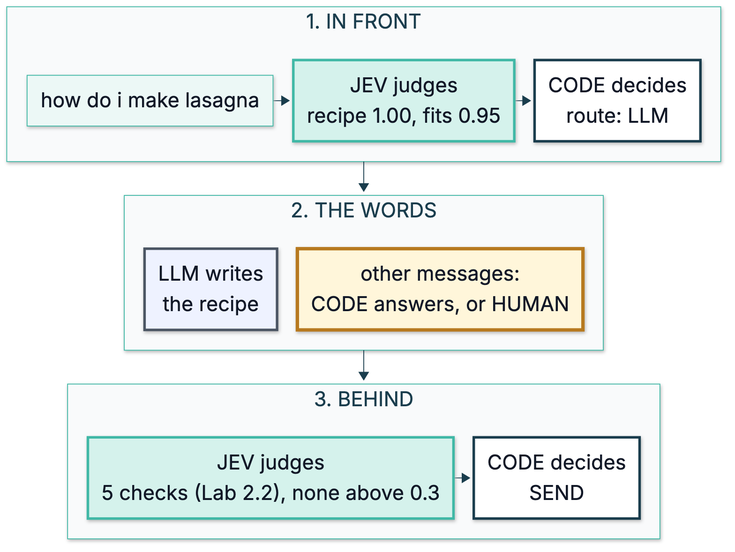
Before: course/diagrams/module_04/p1-who-decides-what.png, a diagram exported from Mermaid (axel-sirota/getting_started_jev). Its source is kept beside it as course/diagrams/module_04/p1-who-decides-what.mmd.
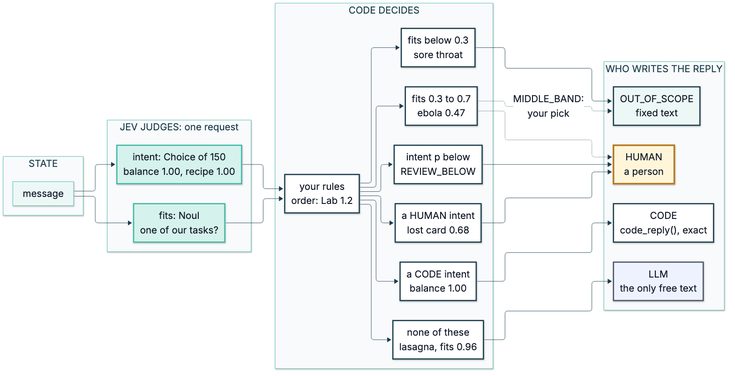
After the change.

The edit, as a diff of the source:
```diff
@@ -1,25 +1,44 @@
 %%{init: {"theme": "base", "themeVariables": {"fontFamily": "Inter, sans-serif", "primaryColor": "#ECF8F6", "primaryBorderColor": "#40B8A6", "primaryTextColor": "#111827", "lineColor": "#1A3D4D", "secondaryColor": "#F9FAFB", "tertiaryColor": "#FFFFFF", "clusterBkg": "#F9FAFB", "clusterBorder": "#D1D5DB", "actorBkg": "#ECF8F6", "actorBorder": "#40B8A6", "noteBkgColor": "#FFF6DA", "noteBorderColor": "#E0B84C"}}}%%
-flowchart TB
-  subgraph FRONT["1. IN FRONT"]
-    direction LR
-    M["how do i make lasagna"]
-    J1["JEV judges<br/>recipe 1.00, fits 0.95"]
-    C1["CODE decides<br/>route: LLM"]
-    M --> J1 --> C1
+flowchart LR
+  subgraph ST["STATE"]
+    M["message"]
   end
-  subgraph WRITE["2. THE WORDS"]
-    direction LR
-    L["LLM writes<br/>the recipe"]
-    X["other messages:<br/>CODE answers, or HUMAN"]
-    L ~~~ X
+  subgraph JV["JEV JUDGES: one request"]
+    I["intent: Choice of 150<br/>balance 1.00, recipe 1.00"]
+    F["fits: Noul<br/>one of our tasks?"]
   end
-  subgraph BEHIND["3. BEHIND"]
-    direction LR
-    J2["JEV judges<br/>5 checks (Lab 2.2), none above 0.3"]
-    C2["CODE decides<br/>SEND"]
-    J2 --> C2
+  subgraph CD["CODE DECIDES"]
+    H["your rules<br/>order: Lab 1.2"]
+    R1["fits below 0.3<br/>sore throat"]
+    R2["fits 0.3 to 0.7<br/>ebola 0.47"]
+    R3["intent p below<br/>REVIEW_BELOW"]
+    R4["a HUMAN intent<br/>lost card 0.68"]
+    R5["a CODE intent<br/>balance 1.00"]
+    R6["none of these<br/>lasagna, fits 0.96"]
   end
-  FRONT --> WRITE --> BEHIND
+  subgraph WR["WHO WRITES THE REPLY"]
+    W1["OUT_OF_SCOPE<br/>fixed text"]
+    W2["HUMAN<br/>a person"]
+    W3["CODE<br/>code_reply(), exact"]
+    W4["LLM<br/>the only free text"]
+  end
+  M --> I
+  M --> F
+  I --> H
+  F --> H
+  H --> R1
+  H --> R2
+  H --> R3
+  H --> R4
+  H --> R5
+  H --> R6
+  R1 --> W1
+  R2 -. "MIDDLE_BAND:<br/>your pick" .-> W1
+  R2 -.-> W2
+  R3 --> W2
+  R4 --> W2
+  R5 --> W3
+  R6 --> W4
 
   classDef fail fill:#FDECEA,stroke:#B42318,stroke-width:4px
   classDef changed fill:#D5F2EC,stroke:#1A3D4D,stroke-width:4px
@@ -28,7 +47,8 @@
   classDef jev fill:#D5F2EC,stroke:#40B8A6,stroke-width:3px
   classDef code fill:#FFFFFF,stroke:#1A3D4D,stroke-width:3px
   classDef llm fill:#EEF2FF,stroke:#4B5563,stroke-width:3px
-  class J1,J2 jev
-  class C1,C2 code
-  class L llm
-  class X human
+  class I,F jev
+  class H,R1,R2,R3,R4,R5,R6,W3 code
+  class W1 ok
+  class W2 human
+  class W4 llm
```
